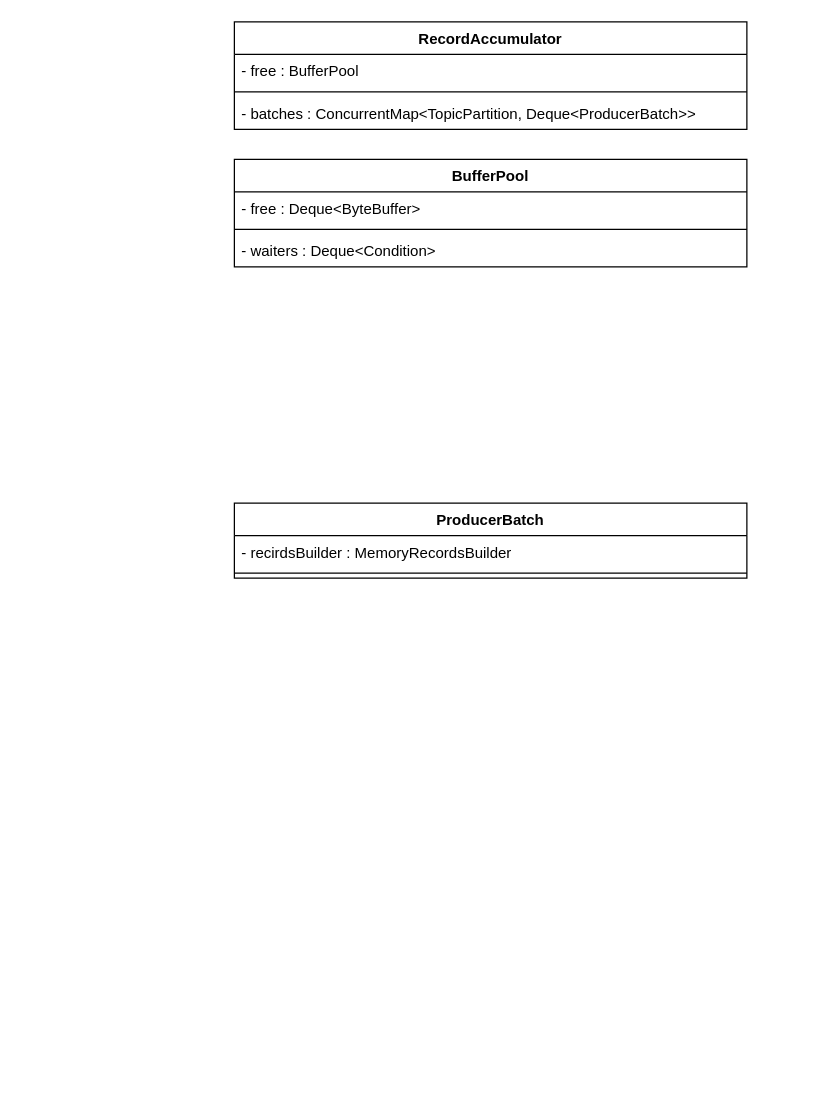
Above: page "Producer 类图" (4 of 11) of Drawio/Kafka Clients.drawio in xinzhuxiansheng/blog-notes (draw.io), before the change. Source tidied: cells renumbered, new cells numbered last; positions are measured from the earlier drawing's top-left corner, leaving out a move shared by most shapes. Both pictures are drawn from the tidied source at 125%, with x=0, y=0 at pixel (234, 21).
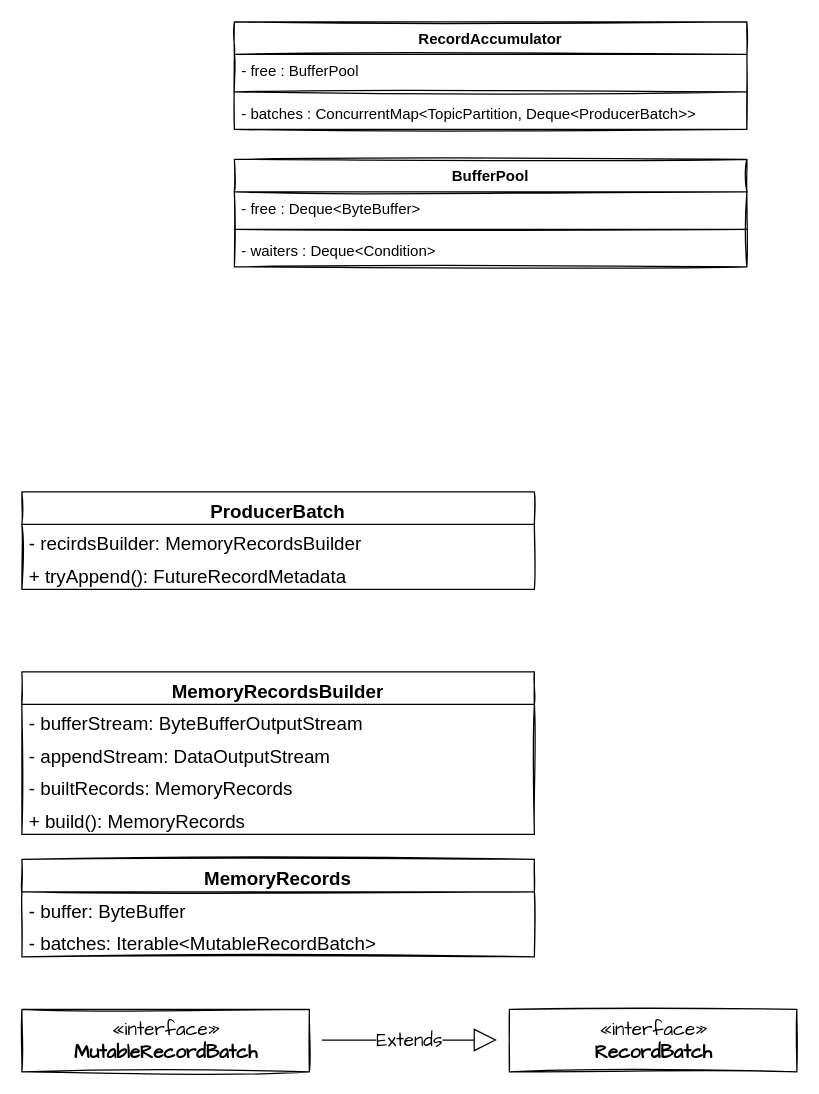
After the change.

Diff of the diagram source:
```diff
@@
-    <mxCell id="2" value="RecordAccumulator" style="swimlane;fontStyle=1;align=center;verticalAlign=top;horizontal=1;startSize=26;" parent="1" vertex="1">
+    <mxCell id="2" value="RecordAccumulator" style="swimlane;fontStyle=1;align=center;verticalAlign=top;horizontal=1;startSize=26;sketch=1;" parent="1" vertex="1">
       <mxGeometry width="410" height="86" as="geometry" />
     </mxCell>
-    <mxCell id="3" value="- free : BufferPool" style="text;strokeColor=none;fillColor=none;align=left;verticalAlign=top;spacingLeft=4;spacingRight=4;overflow=hidden;" parent="2" vertex="1">
+    <mxCell id="3" value="- free : BufferPool" style="text;strokeColor=none;fillColor=none;align=left;verticalAlign=top;spacingLeft=4;spacingRight=4;overflow=hidden;sketch=1;" parent="2" vertex="1">
       <mxGeometry y="26" width="410" height="26" as="geometry" />
     </mxCell>
-    <mxCell id="4" style="line;strokeWidth=1;fillColor=none;align=left;verticalAlign=middle;spacingTop=-1;spacingLeft=3;spacingRight=3;labelPosition=right;" parent="2" vertex="1">
+    <mxCell id="4" style="line;strokeWidth=1;fillColor=none;align=left;verticalAlign=middle;spacingTop=-1;spacingLeft=3;spacingRight=3;labelPosition=right;sketch=1;" parent="2" vertex="1">
       <mxGeometry y="52" width="410" height="8" as="geometry" />
     </mxCell>
-    <mxCell id="5" value="- batches : ConcurrentMap&lt;TopicPartition, Deque&lt;ProducerBatch&gt;&gt;" style="text;strokeColor=none;fillColor=none;align=left;verticalAlign=top;spacingLeft=4;spacingRight=4;overflow=hidden;" parent="2" vertex="1">
+    <mxCell id="5" value="- batches : ConcurrentMap&lt;TopicPartition, Deque&lt;ProducerBatch&gt;&gt;" style="text;strokeColor=none;fillColor=none;align=left;verticalAlign=top;spacingLeft=4;spacingRight=4;overflow=hidden;sketch=1;" parent="2" vertex="1">
       <mxGeometry y="60" width="410" height="26" as="geometry" />
     </mxCell>
-    <mxCell id="6" value="BufferPool" style="swimlane;fontStyle=1;align=center;verticalAlign=top;horizontal=1;startSize=26;" parent="1" vertex="1">
+    <mxCell id="6" value="BufferPool" style="swimlane;fontStyle=1;align=center;verticalAlign=top;horizontal=1;startSize=26;sketch=1;" parent="1" vertex="1">
       <mxGeometry y="110" width="410" height="86" as="geometry" />
     </mxCell>
-    <mxCell id="7" value="- free : Deque&lt;ByteBuffer&gt;" style="text;strokeColor=none;fillColor=none;align=left;verticalAlign=top;spacingLeft=4;spacingRight=4;overflow=hidden;" parent="6" vertex="1">
+    <mxCell id="7" value="- free : Deque&lt;ByteBuffer&gt;" style="text;strokeColor=none;fillColor=none;align=left;verticalAlign=top;spacingLeft=4;spacingRight=4;overflow=hidden;sketch=1;" parent="6" vertex="1">
       <mxGeometry y="26" width="410" height="26" as="geometry" />
     </mxCell>
-    <mxCell id="8" style="line;strokeWidth=1;fillColor=none;align=left;verticalAlign=middle;spacingTop=-1;spacingLeft=3;spacingRight=3;labelPosition=right;" parent="6" vertex="1">
+    <mxCell id="8" style="line;strokeWidth=1;fillColor=none;align=left;verticalAlign=middle;spacingTop=-1;spacingLeft=3;spacingRight=3;labelPosition=right;sketch=1;" parent="6" vertex="1">
       <mxGeometry y="52" width="410" height="8" as="geometry" />
     </mxCell>
-    <mxCell id="9" value="- waiters : Deque&lt;Condition&gt;" style="text;strokeColor=none;fillColor=none;align=left;verticalAlign=top;spacingLeft=4;spacingRight=4;overflow=hidden;" parent="6" vertex="1">
+    <mxCell id="9" value="- waiters : Deque&lt;Condition&gt;" style="text;strokeColor=none;fillColor=none;align=left;verticalAlign=top;spacingLeft=4;spacingRight=4;overflow=hidden;sketch=1;" parent="6" vertex="1">
       <mxGeometry y="60" width="410" height="26" as="geometry" />
     </mxCell>
-    <mxCell id="10" value="ProducerBatch" style="swimlane;fontStyle=1;align=center;verticalAlign=top;horizontal=1;startSize=26;" parent="1" vertex="1">
-      <mxGeometry y="385" width="410" height="60" as="geometry" />
+    <mxCell id="10" value="ProducerBatch" style="swimlane;fontStyle=1;align=center;verticalAlign=top;horizontal=1;startSize=26;sketch=1;fontSize=15;" parent="1" vertex="1">
+      <mxGeometry x="-170" y="376" width="410" height="78" as="geometry" />
     </mxCell>
-    <mxCell id="11" value="- recirdsBuilder : MemoryRecordsBuilder" style="text;strokeColor=none;fillColor=none;align=left;verticalAlign=top;spacingLeft=4;spacingRight=4;overflow=hidden;" parent="10" vertex="1">
+    <mxCell id="11" value="- recirdsBuilder: MemoryRecordsBuilder" style="text;strokeColor=none;fillColor=none;align=left;verticalAlign=top;spacingLeft=4;spacingRight=4;overflow=hidden;sketch=1;fontSize=15;" parent="10" vertex="1">
       <mxGeometry y="26" width="410" height="26" as="geometry" />
     </mxCell>
-    <mxCell id="12" style="line;strokeWidth=1;fillColor=none;align=left;verticalAlign=middle;spacingTop=-1;spacingLeft=3;spacingRight=3;labelPosition=right;" parent="10" vertex="1">
-      <mxGeometry y="52" width="410" height="8" as="geometry" />
-    </mxCell>
+    <mxCell id="13" value="+ tryAppend(): FutureRecordMetadata" style="text;strokeColor=none;fillColor=none;align=left;verticalAlign=top;spacingLeft=4;spacingRight=4;overflow=hidden;sketch=1;fontSize=15;" parent="10" vertex="1">
+      <mxGeometry y="52" width="410" height="26" as="geometry" />
+    </mxCell>
+    <mxCell id="14" value="MemoryRecordsBuilder" style="swimlane;fontStyle=1;align=center;verticalAlign=top;horizontal=1;startSize=26;sketch=1;fontSize=15;" parent="1" vertex="1">
+      <mxGeometry x="-170" y="520" width="410" height="130" as="geometry" />
+    </mxCell>
+    <mxCell id="15" value="- bufferStream: ByteBufferOutputStream" style="text;strokeColor=none;fillColor=none;align=left;verticalAlign=top;spacingLeft=4;spacingRight=4;overflow=hidden;sketch=1;fontSize=15;" parent="14" vertex="1">
+      <mxGeometry y="26" width="410" height="26" as="geometry" />
+    </mxCell>
+    <mxCell id="16" value="- appendStream: DataOutputStream" style="text;strokeColor=none;fillColor=none;align=left;verticalAlign=top;spacingLeft=4;spacingRight=4;overflow=hidden;sketch=1;fontSize=15;" parent="14" vertex="1">
+      <mxGeometry y="52" width="410" height="26" as="geometry" />
+    </mxCell>
+    <mxCell id="17" value="- builtRecords: MemoryRecords" style="text;strokeColor=none;fillColor=none;align=left;verticalAlign=top;spacingLeft=4;spacingRight=4;overflow=hidden;sketch=1;fontSize=15;" parent="14" vertex="1">
+      <mxGeometry y="78" width="410" height="26" as="geometry" />
+    </mxCell>
+    <mxCell id="18" value="+ build(): MemoryRecords" style="text;strokeColor=none;fillColor=none;align=left;verticalAlign=top;spacingLeft=4;spacingRight=4;overflow=hidden;sketch=1;fontSize=15;" parent="14" vertex="1">
+      <mxGeometry y="104" width="410" height="26" as="geometry" />
+    </mxCell>
+    <mxCell id="19" value="MemoryRecords" style="swimlane;fontStyle=1;align=center;verticalAlign=top;horizontal=1;startSize=26;sketch=1;fontSize=15;" parent="1" vertex="1">
+      <mxGeometry x="-170" y="670" width="410" height="78" as="geometry" />
+    </mxCell>
+    <mxCell id="20" value="- buffer: ByteBuffer" style="text;strokeColor=none;fillColor=none;align=left;verticalAlign=top;spacingLeft=4;spacingRight=4;overflow=hidden;sketch=1;fontSize=15;" parent="19" vertex="1">
+      <mxGeometry y="26" width="410" height="26" as="geometry" />
+    </mxCell>
+    <mxCell id="21" value="- batches: Iterable&lt;MutableRecordBatch&gt;" style="text;strokeColor=none;fillColor=none;align=left;verticalAlign=top;spacingLeft=4;spacingRight=4;overflow=hidden;sketch=1;fontSize=15;" parent="19" vertex="1">
+      <mxGeometry y="52" width="410" height="26" as="geometry" />
+    </mxCell>
+    <mxCell id="22" value="«interface»&lt;br style=&quot;font-size: 15px;&quot;&gt;&lt;b style=&quot;font-size: 15px;&quot;&gt;MutableRecordBatch&lt;/b&gt;" style="html=1;sketch=1;fillColor=none;gradientColor=none;fontFamily=Comic Sans MS;fontSize=15;" parent="1" vertex="1">
+      <mxGeometry x="-170" y="790" width="230" height="50" as="geometry" />
+    </mxCell>
+    <mxCell id="23" value="«interface»&lt;br style=&quot;font-size: 15px&quot;&gt;&lt;b&gt;RecordBatch&lt;/b&gt;" style="html=1;sketch=1;fillColor=none;gradientColor=none;fontFamily=Comic Sans MS;fontSize=15;" parent="1" vertex="1">
+      <mxGeometry x="220" y="790" width="230" height="50" as="geometry" />
+    </mxCell>
+    <mxCell id="24" value="Extends" style="endArrow=block;endSize=16;endFill=0;html=1;fontFamily=Comic Sans MS;fontSize=15;" parent="1" edge="1">
+      <mxGeometry relative="1" as="geometry">
+        <mxPoint x="70" y="814.5" as="sourcePoint" />
+        <mxPoint x="210" y="814.5" as="targetPoint" />
+      </mxGeometry>
+    </mxCell>
```
